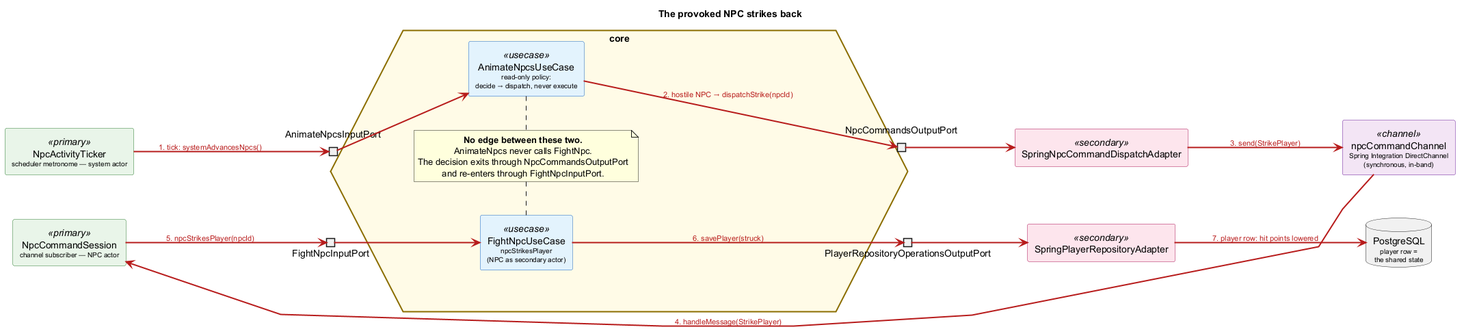
The PlantUML diagram docs/diagrams/npc-strikes-player.png in gushakov/game-clean, before a commit. Its diagram source:
```plantuml
@startuml npc-strikes-player
title The provoked NPC strikes back

left to right direction
skinparam componentStyle rectangle
skinparam linetype polyline
skinparam defaultTextAlignment center
skinparam ArrowFontSize 11
skinparam PortFontSize 10
skinparam nodesep 25
skinparam ranksep 70
skinparam HexagonBorderColor #8A6D00
skinparam HexagonBorderThickness 2
skinparam component {
  BackgroundColor<<usecase>> #E3F2FD
  BorderColor<<usecase>> #1565C0
  BackgroundColor<<primary>> #E8F5E9
  BorderColor<<primary>> #2E7D32
  BackgroundColor<<secondary>> #FCE4EC
  BorderColor<<secondary>> #AD1457
  BackgroundColor<<channel>> #F3E5F5
  BorderColor<<channel>> #6A1B9A
}

component "NpcActivityTicker\n<size:10>scheduler metronome — system actor</size>" as ticker <<primary>>
component "NpcCommandSession\n<size:10>channel subscriber — NPC actor</size>" as cmdSession <<primary>>

hexagon "core" as hex #FFFBE6 {
  portin "AnimateNpcsInputPort" as animateIn
  portin "FightNpcInputPort" as fightIn

  component "AnimateNpcsUseCase\n<size:10>read-only policy:</size>\n<size:10>decide → dispatch, never execute</size>" as animate <<usecase>>
  component "FightNpcUseCase\n<size:10>npcStrikesPlayer</size>\n<size:10>(NPC as secondary actor)</size>" as fight <<usecase>>

  portout "NpcCommandsOutputPort" as cmdOut
  portout "PlayerRepositoryOperationsOutputPort" as playerRepoOut

  note as noDirectCall
    <b>No edge between these two.</b>
    AnimateNpcs never calls FightNpc.
    The decision exits through NpcCommandsOutputPort
    and re-enters through FightNpcInputPort.
  end note
  animate .[norank]. noDirectCall
  noDirectCall .[norank]. fight

}

component "SpringNpcCommandDispatchAdapter" as dispatchAdapter <<secondary>>
component "npcCommandChannel\n<size:10>Spring Integration DirectChannel</size>\n<size:10>(synchronous, in-band)</size>" as channel <<channel>>
component "SpringPlayerRepositoryAdapter" as playerRepo <<secondary>>
database "PostgreSQL\n<size:10>player row =</size>\n<size:10>the shared state</size>" as db

ticker -[#B71C1C,bold]-> animateIn : <color:#B71C1C>1. tick: systemAdvancesNpcs()
animateIn -[#B71C1C,bold]-> animate
animate -[#B71C1C,bold]-> cmdOut : <color:#B71C1C>2. hostile NPC → dispatchStrike(npcId)
cmdOut -[#B71C1C,bold]-> dispatchAdapter
dispatchAdapter -[#B71C1C,bold]-> channel : <color:#B71C1C>3. send(StrikePlayer)
channel -[#B71C1C,bold,norank]-> cmdSession : <color:#B71C1C>4. handleMessage(StrikePlayer)
cmdSession -[#B71C1C,bold]-> fightIn : <color:#B71C1C>5. npcStrikesPlayer(npcId)
fightIn -[#B71C1C,bold]-> fight
fight -[#B71C1C,bold]-> playerRepoOut : <color:#B71C1C>6. savePlayer(struck)
playerRepoOut -[#B71C1C,bold]-> playerRepo
playerRepo -[#B71C1C,bold]-> db : <color:#B71C1C>7. player row: hit points lowered

@enduml
```
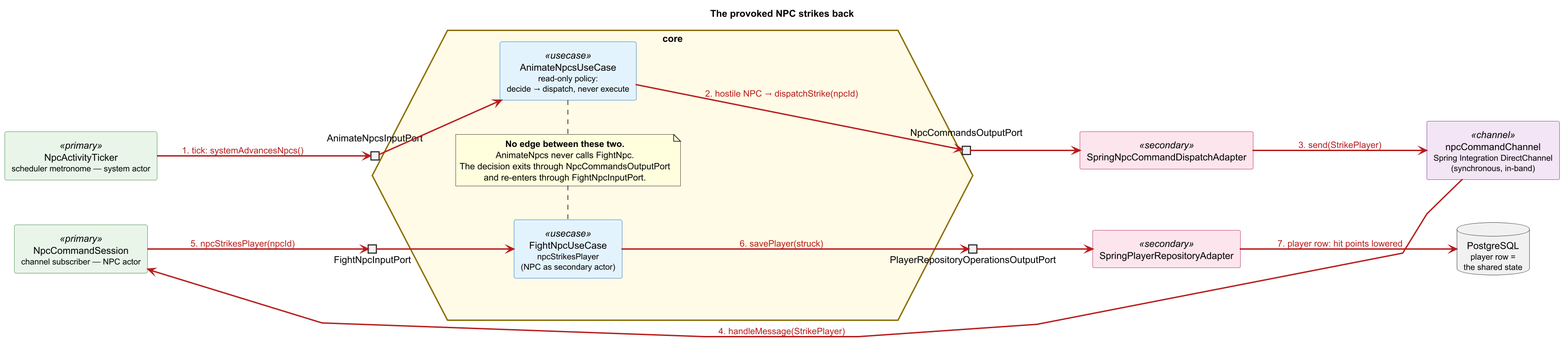
The same diagram one commit later.

Commit message:
docs(diagrams): render combat diagrams at 1.5x with larger arrow, port and sub-line fonts

Diff of the diagram source:
```diff
@@ -2,11 +2,12 @@
 title The provoked NPC strikes back
 
 left to right direction
+scale 1.5
 skinparam componentStyle rectangle
 skinparam linetype polyline
 skinparam defaultTextAlignment center
-skinparam ArrowFontSize 11
-skinparam PortFontSize 10
+skinparam ArrowFontSize 13
+skinparam PortFontSize 13
 skinparam nodesep 25
 skinparam ranksep 70
 skinparam HexagonBorderColor #8A6D00
@@ -22,15 +23,15 @@
   BorderColor<<channel>> #6A1B9A
 }
 
-component "NpcActivityTicker\n<size:10>scheduler metronome — system actor</size>" as ticker <<primary>>
-component "NpcCommandSession\n<size:10>channel subscriber — NPC actor</size>" as cmdSession <<primary>>
+component "NpcActivityTicker\n<size:12>scheduler metronome — system actor</size>" as ticker <<primary>>
+component "NpcCommandSession\n<size:12>channel subscriber — NPC actor</size>" as cmdSession <<primary>>
 
 hexagon "core" as hex #FFFBE6 {
   portin "AnimateNpcsInputPort" as animateIn
   portin "FightNpcInputPort" as fightIn
 
-  component "AnimateNpcsUseCase\n<size:10>read-only policy:</size>\n<size:10>decide → dispatch, never execute</size>" as animate <<usecase>>
-  component "FightNpcUseCase\n<size:10>npcStrikesPlayer</size>\n<size:10>(NPC as secondary actor)</size>" as fight <<usecase>>
+  component "AnimateNpcsUseCase\n<size:12>read-only policy:</size>\n<size:12>decide → dispatch, never execute</size>" as animate <<usecase>>
+  component "FightNpcUseCase\n<size:12>npcStrikesPlayer</size>\n<size:12>(NPC as secondary actor)</size>" as fight <<usecase>>
 
   portout "NpcCommandsOutputPort" as cmdOut
   portout "PlayerRepositoryOperationsOutputPort" as playerRepoOut
@@ -47,9 +48,9 @@
 }
 
 component "SpringNpcCommandDispatchAdapter" as dispatchAdapter <<secondary>>
-component "npcCommandChannel\n<size:10>Spring Integration DirectChannel</size>\n<size:10>(synchronous, in-band)</size>" as channel <<channel>>
+component "npcCommandChannel\n<size:12>Spring Integration DirectChannel</size>\n<size:12>(synchronous, in-band)</size>" as channel <<channel>>
 component "SpringPlayerRepositoryAdapter" as playerRepo <<secondary>>
-database "PostgreSQL\n<size:10>player row =</size>\n<size:10>the shared state</size>" as db
+database "PostgreSQL\n<size:12>player row =</size>\n<size:12>the shared state</size>" as db
 
 ticker -[#B71C1C,bold]-> animateIn : <color:#B71C1C>1. tick: systemAdvancesNpcs()
 animateIn -[#B71C1C,bold]-> animate
```
